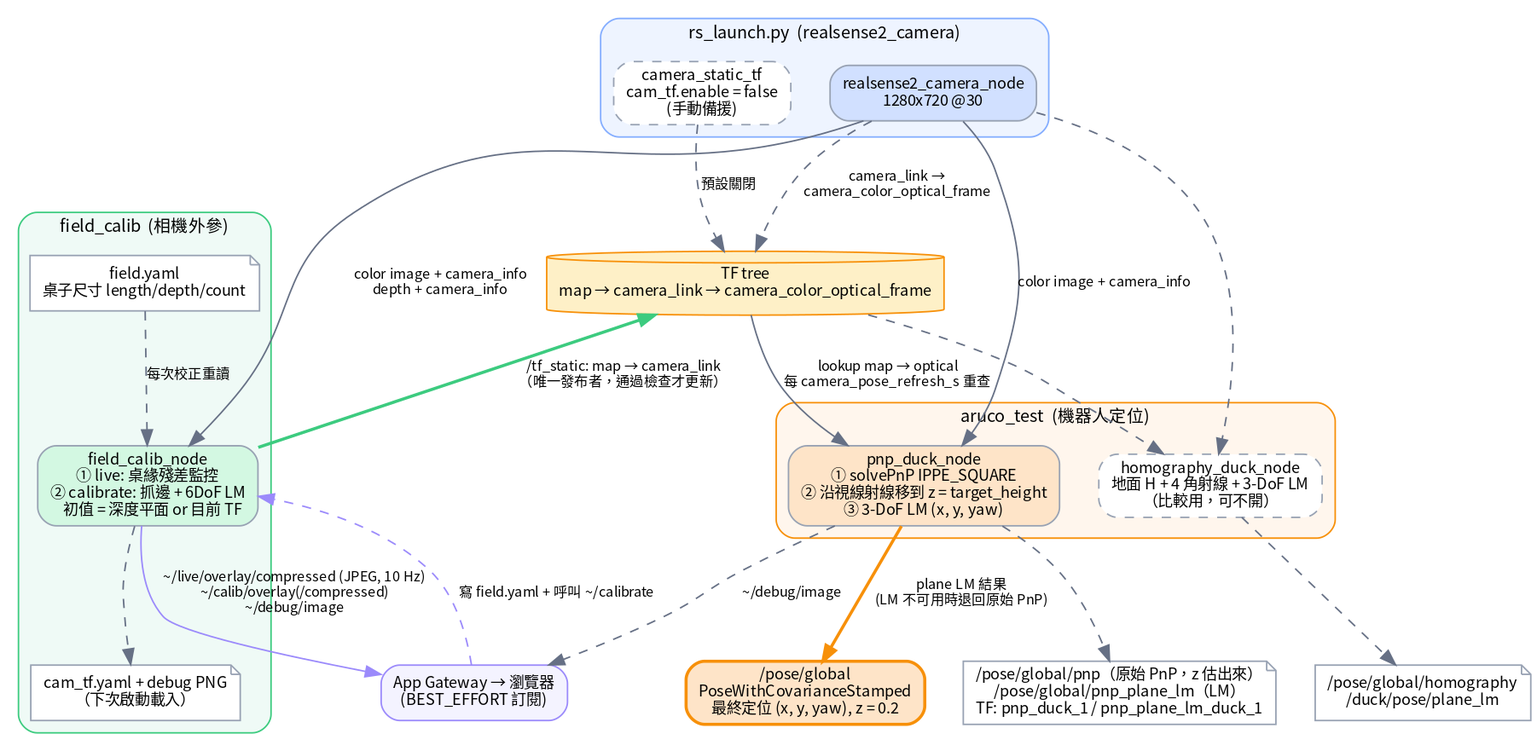
The Graphviz diagram docs/localization_flow.png in Latuuuuu/Hackathon-vision-server-localization, before a commit. Its source is kept beside it as docs/localization_flow.dot.
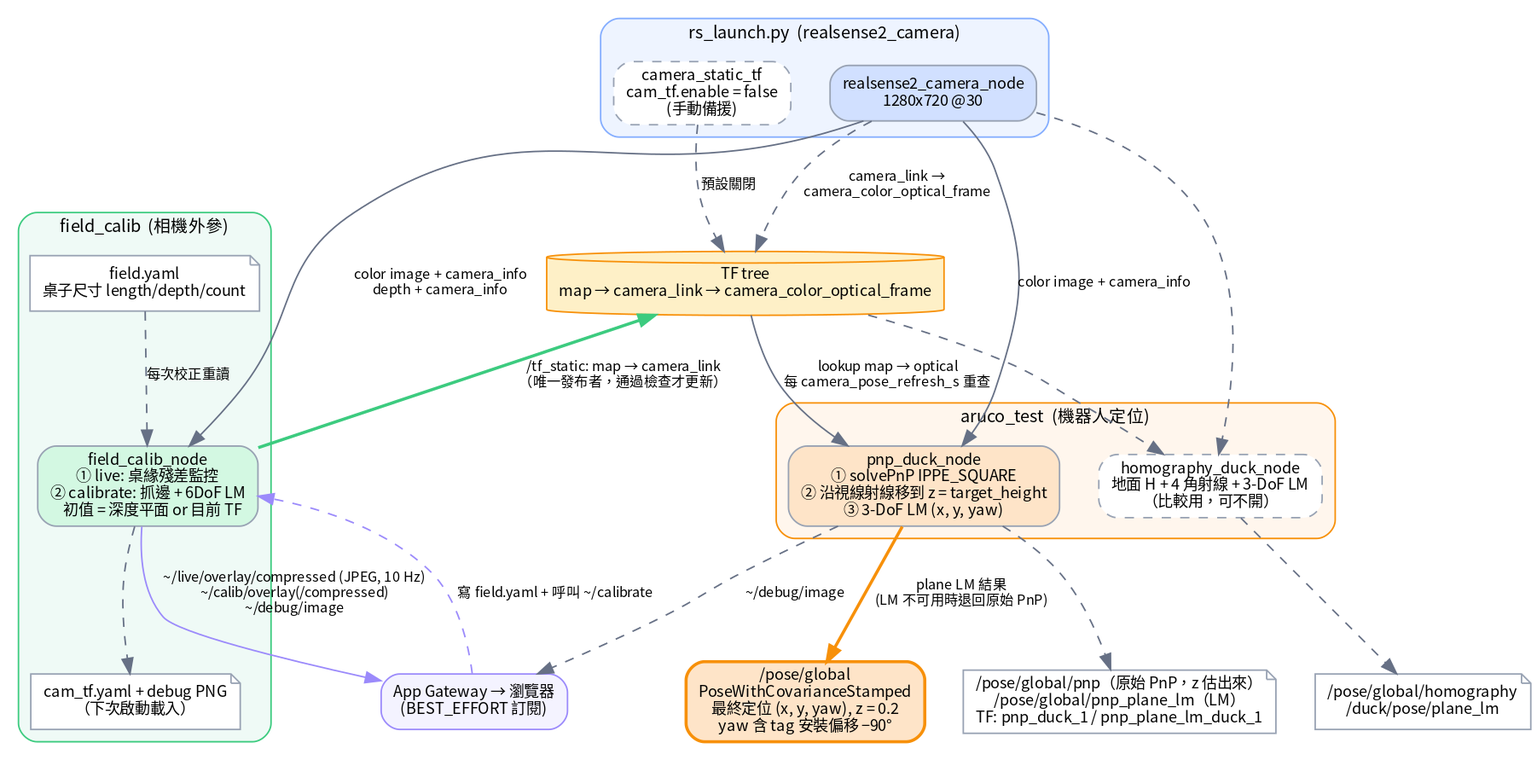
Later version of the same file.

Diff of the diagram source:
```diff
@@ -28,7 +28,7 @@
 
     tf [label="TF tree\nmap → camera_link → camera_color_optical_frame", shape=cylinder, fillcolor="#fef0c7", color="#f79009"];
     app [label="App Gateway → 瀏覽器\n(BEST_EFFORT 訂閱)", fillcolor="#f4f3ff", color="#9b8afb"];
-    out [label="/pose/global\nPoseWithCovarianceStamped\n最終定位 (x, y, yaw), z = 0.2", shape=box, style="rounded,filled,bold", fillcolor="#fee4c8", color="#f79009", penwidth=2];
+    out [label="/pose/global\nPoseWithCovarianceStamped\n最終定位 (x, y, yaw), z = 0.2\nyaw 含 tag 安裝偏移 −90°", shape=box, style="rounded,filled,bold", fillcolor="#fee4c8", color="#f79009", penwidth=2];
 
     cam -> fc   [label="color image + camera_info\ndepth + camera_info"];
     cam -> pnp  [label="color image + camera_info"];
```
